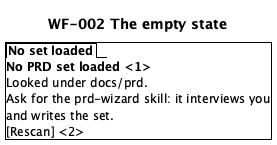
The PlantUML diagram docs/prd/prd-forge/diagrams/WF-002.png in SpillwaveSolutions/prd-forge, before a commit.
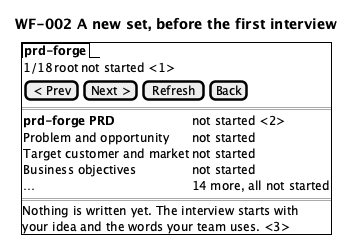
Above is the later version.

Change to the diagram source:
```diff
@@ -1,11 +1,21 @@
 @startsalt
-title WF-002 The empty state
+title WF-002 A new set, before the first interview
 {+
-  {/ <b>No set loaded</b> }
-  <b>No PRD set loaded <1>
-  Looked under docs/prd.
-  Ask for the prd-wizard skill: it interviews you
-  and writes the set.
-  [Rescan] <2>
+  {/ <b>prd-forge</b> }
+  {
+    1/18 | root | not started <1>
+  }
+  { [< Prev] | [Next >] | [Refresh] | [Back] }
+  ==
+  {
+    <b>prd-forge PRD | not started <2>
+    Problem and opportunity | not started
+    Target customer and market | not started
+    Business objectives | not started
+    … | 14 more, all not started
+  }
+  ==
+  Nothing is written yet. The interview starts with
+  your idea and the words your team uses. <3>
 }
 @endsalt
```
